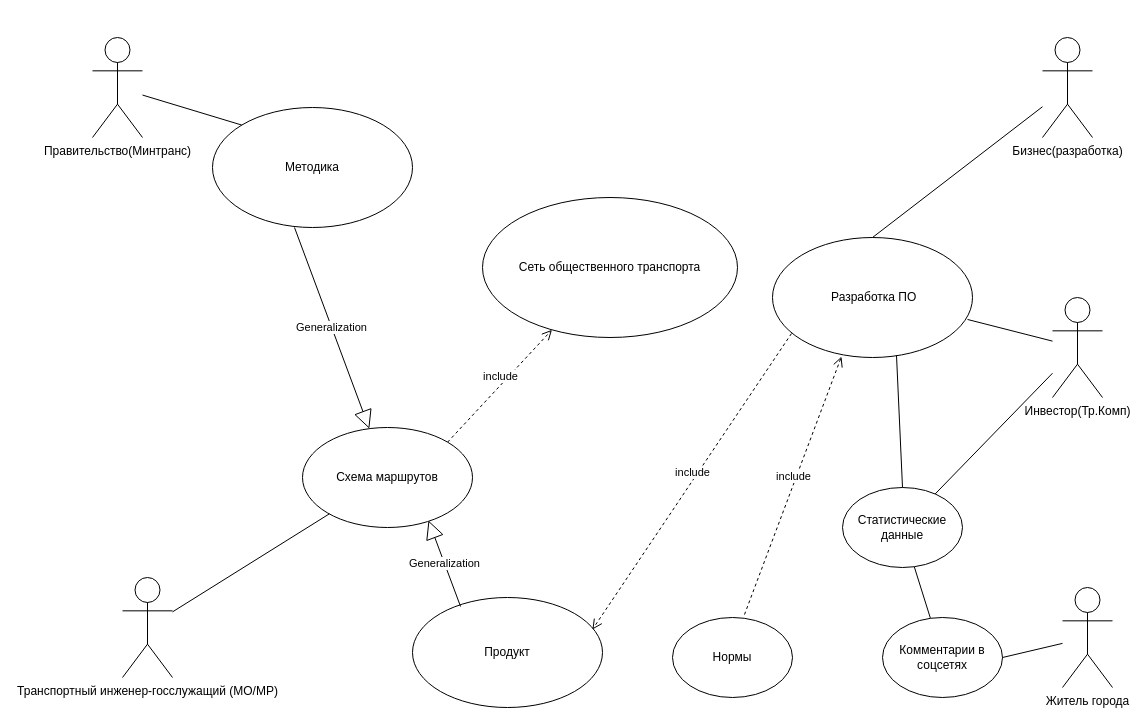
ElviraMirsaitova/lesson0 keeps this draw.io diagram as Диаграмма без названия.drawio. Above is the earlier version. Source tidied: cells renumbered, new cells numbered last; positions are measured from the earlier drawing's top-left corner, leaving out a move shared by most shapes. Both pictures are drawn from the tidied source at 100%, with x=0, y=0 at pixel (92, 37).
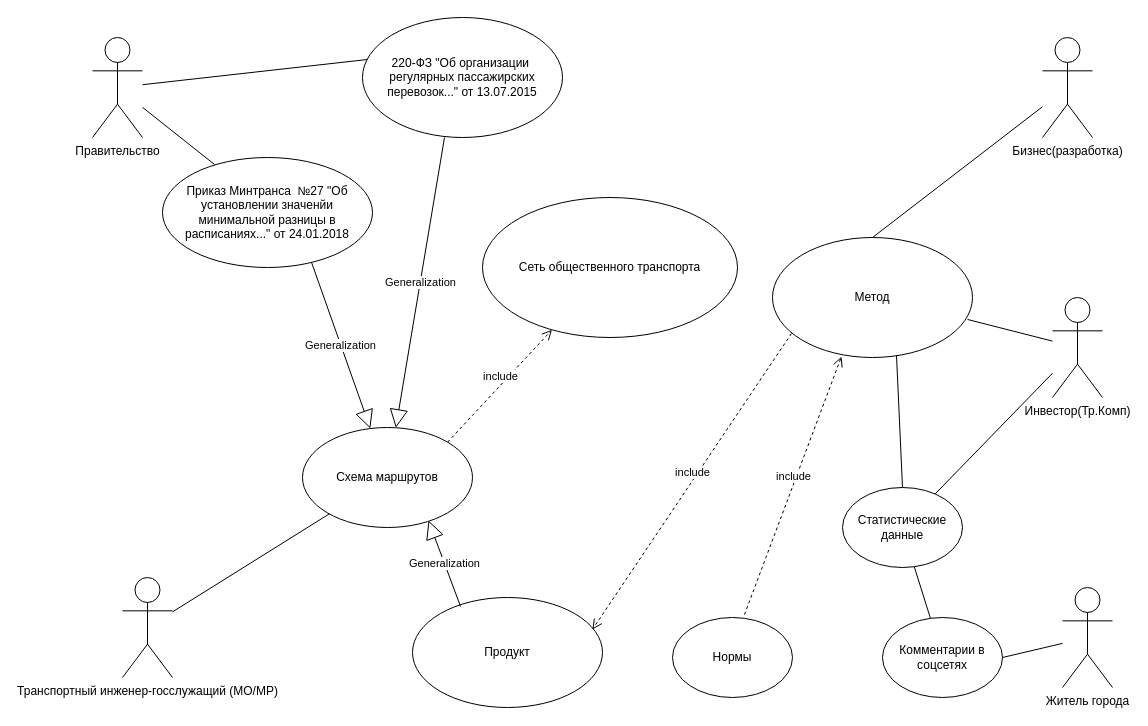
Above is the later version.

Unchanged cells that the change refers to:
```xml
<mxCell id="25" value="Схема маршрутов" style="ellipse;whiteSpace=wrap;html=1;" parent="1" vertex="1">
  <mxGeometry x="210" y="390" width="170" height="100" as="geometry" />
</mxCell>
```

What changed in the source:
```diff
@@
-    <mxCell id="2" value="Правительство(Минтранс)" style="shape=umlActor;verticalLabelPosition=bottom;verticalAlign=top;html=1;outlineConnect=0;" parent="1" vertex="1">
+    <mxCell id="2" value="Правительство" style="shape=umlActor;verticalLabelPosition=bottom;verticalAlign=top;html=1;outlineConnect=0;" parent="1" vertex="1">
       <mxGeometry width="50" height="100" as="geometry" />
     </mxCell>
@@
-    <mxCell id="8" value="&amp;nbsp;Разработка ПО" style="ellipse;whiteSpace=wrap;html=1;" parent="1" vertex="1">
+    <mxCell id="8" value="Метод" style="ellipse;whiteSpace=wrap;html=1;" parent="1" vertex="1">
       <mxGeometry x="680" y="200" width="200" height="120" as="geometry" />
     </mxCell>
-    <mxCell id="9" value="Методика" style="ellipse;whiteSpace=wrap;html=1;" parent="1" vertex="1">
-      <mxGeometry x="120" y="70" width="200" height="120" as="geometry" />
+    <mxCell id="9" value="220-ФЗ &quot;Об организации&amp;nbsp; регулярных пассажирских перевозок...&quot; от 13.07.2015" style="ellipse;whiteSpace=wrap;html=1;" parent="1" vertex="1">
+      <mxGeometry x="270" y="-20" width="200" height="120" as="geometry" />
     </mxCell>
@@
-    <mxCell id="13" style="endArrow=none;html=1;rounded=0;entryX=0;entryY=0;entryDx=0;entryDy=0;" parent="1" edge="1" source="2" target="9">
+    <mxCell id="13" style="endArrow=none;html=1;rounded=0;entryX=0.025;entryY=0.35;entryDx=0;entryDy=0;entryPerimeter=0;" parent="1" edge="1" source="2" target="9">
       <mxGeometry relative="1" as="geometry" />
     </mxCell>
@@
+    <mxCell id="28" value="Приказ Минтранса&amp;nbsp; №27 &quot;Об установлении значенйи минимальной разницы в расписаниях...&quot; от 24.01.2018" style="ellipse;whiteSpace=wrap;html=1;" parent="1" vertex="1">
+      <mxGeometry x="70" y="120" width="210" height="110" as="geometry" />
+    </mxCell>
+    <mxCell id="29" style="endArrow=none;html=1;rounded=0;entryX=0.248;entryY=0.064;entryDx=0;entryDy=0;entryPerimeter=0;" parent="1" edge="1" source="2" target="28">
+      <mxGeometry relative="1" as="geometry" />
+    </mxCell>
+    <mxCell id="30" value="Generalization" style="endArrow=block;endSize=16;endFill=0;html=1;rounded=0;exitX=0.71;exitY=0.955;exitDx=0;exitDy=0;exitPerimeter=0;" parent="1" edge="1" source="28" target="25">
+      <mxGeometry relative="1" as="geometry" />
+    </mxCell>
```
